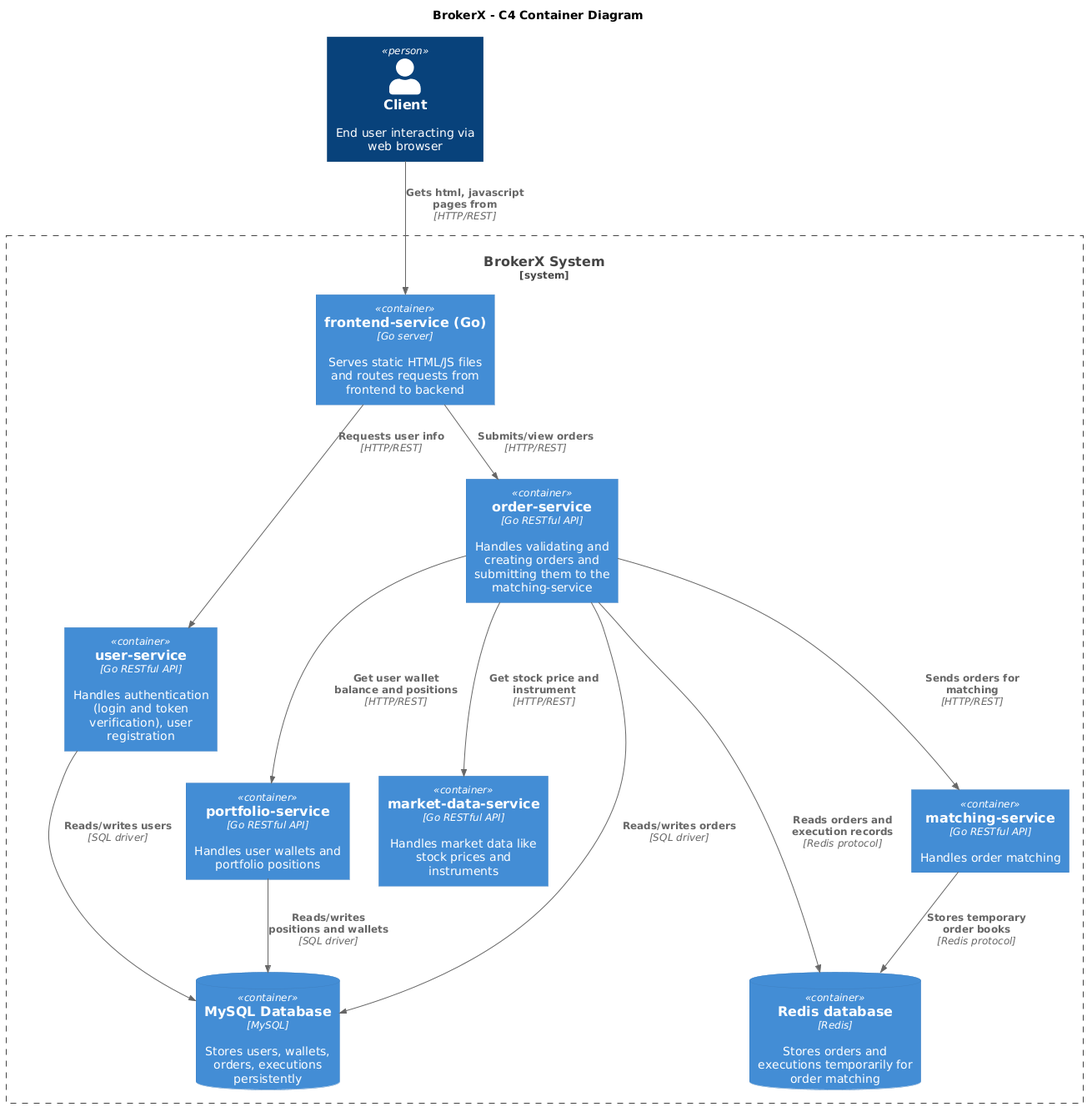
Before: docs/c4_level1.png, a diagram exported from PlantUML (cjayneb/log430-project). Its diagram source:
```plantuml
@startuml
!include https://raw.githubusercontent.com/plantuml-stdlib/C4-PlantUML/master/C4_Container.puml

title BrokerX - C4 Container Diagram

Person(client, "Client", "End user interacting via web browser")

System_Boundary(bx, "BrokerX System") {
  Container(frontend, "frontend-service (Go)", "Go server", "Serves static HTML/JS files and routes requests from frontend to backend")
  Container(user_service, "user-service", "Go RESTful API", "Handles authentication (login and token verification), user registration")
  Container(order_service, "order-service", "Go RESTful API", "Handles validating and creating orders and submitting them to the matching-service")
  Container(matching_service, "matching-service", "Go RESTful API", "Handles order matching")
  Container(portfolio_service, "portfolio-service", "Go RESTful API", "Handles user wallets and portfolio positions")
  Container(market_data_service, "market-data-service", "Go RESTful API", "Handles market data like stock prices and instruments")
  ContainerDb(db, "MySQL Database", "MySQL", "Stores users, wallets, orders, executions persistently")
  ContainerDb(redis, "Redis database", "Redis", "Stores orders and executions temporarily for order matching")
}

Rel(client, frontend, "Gets html, javascript pages from", "HTTP/REST")
Rel(frontend, user_service, "Requests user info", "HTTP/REST")
Rel(frontend, order_service, "Submits/view orders", "HTTP/REST")
Rel(order_service, matching_service, "Sends orders for matching", "HTTP/REST")
Rel(order_service, market_data_service, "Get stock price and instrument", "HTTP/REST")
Rel(order_service, portfolio_service, "Get user wallet balance and positions", "HTTP/REST")
Rel(order_service, redis, "Reads orders and execution records", "Redis protocol")
Rel(order_service, db, "Reads/writes orders", "SQL driver")
Rel(matching_service, redis, "Stores temporary order books", "Redis protocol")
Rel(portfolio_service, db, "Reads/writes positions and wallets", "SQL driver")
Rel(user_service, db, "Reads/writes users", "SQL driver")
@enduml
```
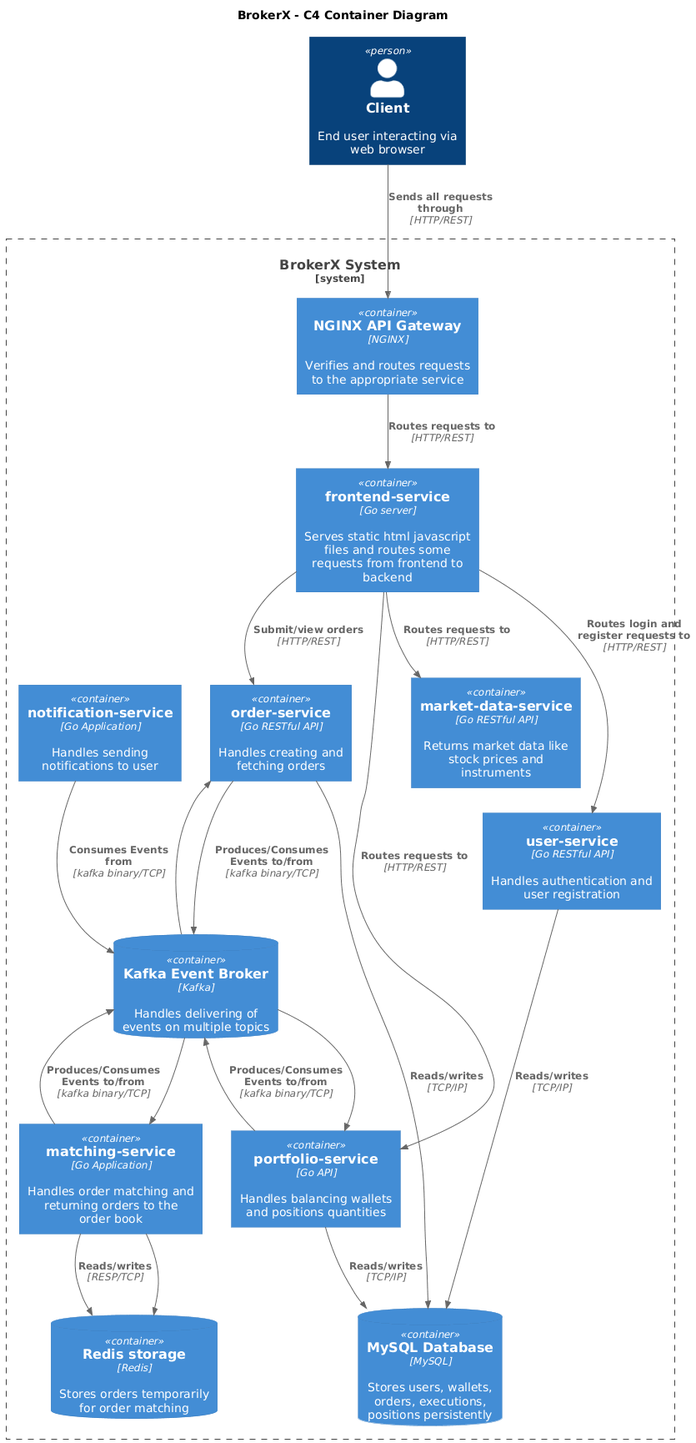
Above is the later version.

The edit, as a diff of the source:
```diff
@@ -6,25 +6,36 @@
 Person(client, "Client", "End user interacting via web browser")
 
 System_Boundary(bx, "BrokerX System") {
-  Container(frontend, "frontend-service (Go)", "Go server", "Serves static HTML/JS files and routes requests from frontend to backend")
-  Container(user_service, "user-service", "Go RESTful API", "Handles authentication (login and token verification), user registration")
-  Container(order_service, "order-service", "Go RESTful API", "Handles validating and creating orders and submitting them to the matching-service")
-  Container(matching_service, "matching-service", "Go RESTful API", "Handles order matching")
-  Container(portfolio_service, "portfolio-service", "Go RESTful API", "Handles user wallets and portfolio positions")
-  Container(market_data_service, "market-data-service", "Go RESTful API", "Handles market data like stock prices and instruments")
-  ContainerDb(db, "MySQL Database", "MySQL", "Stores users, wallets, orders, executions persistently")
-  ContainerDb(redis, "Redis database", "Redis", "Stores orders and executions temporarily for order matching")
+  Container(nginx, "NGINX API Gateway", "NGINX", "Verifies and routes requests to the appropriate service")
+  Container(frontend, "frontend-service", "Go server", "Serves static html javascript files and routes some requests from frontend to backend")
+  Container(order, "order-service", "Go RESTful API", "Handles creating and fetching orders")
+  Container(user, "user-service", "Go RESTful API", "Handles authentication and user registration")
+  Container(portfolio, "portfolio-service", "Go API", "Handles balancing wallets and positions quantities")
+  Container(market, "market-data-service", "Go RESTful API", "Returns market data like stock prices and instruments")
+  Container(matching, "matching-service", "Go Application", "Handles order matching and returning orders to the order book")
+  Container(notification, "notification-service", "Go Application", "Handles sending notifications to user")
+  Container(matching, "matching-service", "Go Application", "Handles order matching and returning orders to the order book")
+  ContainerDb(kafka, "Kafka Event Broker", "Kafka", "Handles delivering of events on multiple topics")
+  ContainerDb(redis, "Redis storage", "Redis", "Stores orders temporarily for order matching")
+  ContainerDb(db, "MySQL Database", "MySQL", "Stores users, wallets, orders, executions, positions persistently")
 }
 
-Rel(client, frontend, "Gets html, javascript pages from", "HTTP/REST")
-Rel(frontend, user_service, "Requests user info", "HTTP/REST")
-Rel(frontend, order_service, "Submits/view orders", "HTTP/REST")
-Rel(order_service, matching_service, "Sends orders for matching", "HTTP/REST")
-Rel(order_service, market_data_service, "Get stock price and instrument", "HTTP/REST")
-Rel(order_service, portfolio_service, "Get user wallet balance and positions", "HTTP/REST")
-Rel(order_service, redis, "Reads orders and execution records", "Redis protocol")
-Rel(order_service, db, "Reads/writes orders", "SQL driver")
-Rel(matching_service, redis, "Stores temporary order books", "Redis protocol")
-Rel(portfolio_service, db, "Reads/writes positions and wallets", "SQL driver")
-Rel(user_service, db, "Reads/writes users", "SQL driver")
+Rel(client, nginx, "Sends all requests through", "HTTP/REST")
+Rel(nginx, frontend, "Routes requests to", "HTTP/REST")
+Rel(frontend, portfolio, "Routes requests to", "HTTP/REST")
+Rel(frontend, market, "Routes requests to", "HTTP/REST")
+Rel(frontend, order, "Submit/view orders", "HTTP/REST")
+Rel(frontend, user, "Routes login and register requests to", "HTTP/REST")
+Rel(matching, redis, "Reads/writes", "RESP/TCP")
+Rel(matching, redis, "")
+Rel(user, db, "Reads/writes", "TCP/IP")
+Rel(order, db, "Reads/writes", "TCP/IP")
+Rel(portfolio, db, "Reads/writes", "TCP/IP")
+Rel(portfolio, kafka, "Produces/Consumes Events to/from", "kafka binary/TCP")
+Rel(kafka, portfolio, "")
+Rel(matching, kafka, "Produces/Consumes Events to/from", "kafka binary/TCP")
+Rel(kafka, matching, "")
+Rel(order, kafka, "Produces/Consumes Events to/from", "kafka binary/TCP")
+Rel(kafka, order, "")
+Rel(notification, kafka, "Consumes Events from", "kafka binary/TCP")
 @enduml
```
